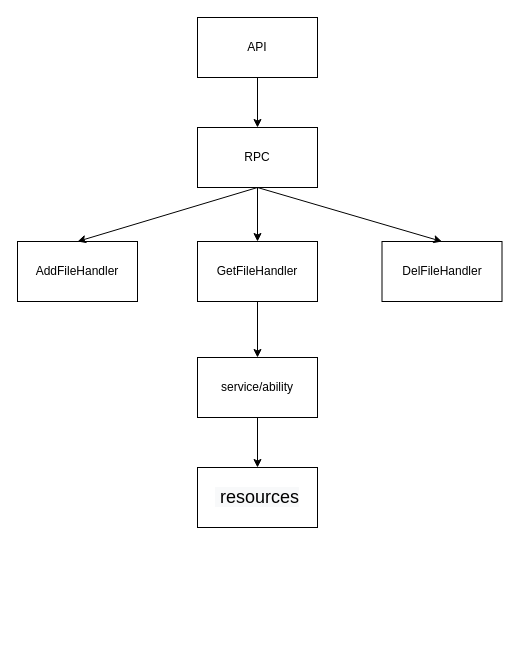
This is 文件管理.drawio from 1005281342/svg, a draw.io file, before an edit. Source tidied: cells renumbered, new cells numbered last; positions are measured from the earlier drawing's top-left corner, leaving out a move shared by most shapes. Both pictures are drawn from the tidied source at 100%, with x=0, y=0 at pixel (17, 17).
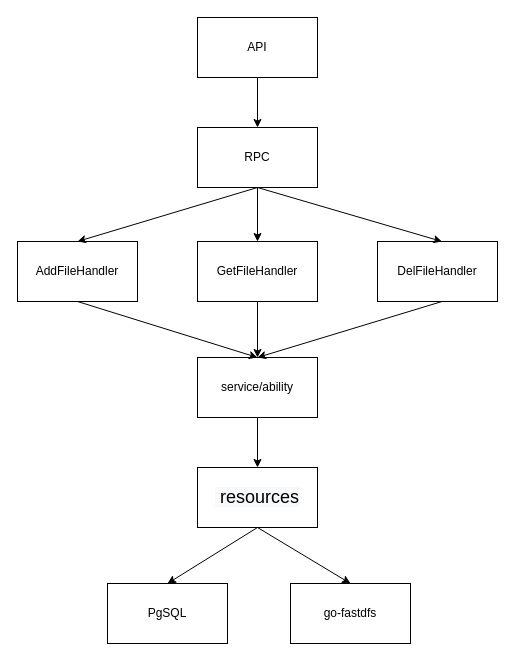
After the change.

The change refers to these unchanged cells:
```xml
<mxCell id="4" value="RPC" style="rounded=0;whiteSpace=wrap;html=1;" parent="1" vertex="1">
  <mxGeometry x="180" y="110" width="120" height="60" as="geometry" />
</mxCell>
<mxCell id="5" value="&lt;span style=&quot;color: rgb(0, 0, 0); font-family: helvetica; font-size: 18px; font-style: normal; font-weight: 400; letter-spacing: normal; text-align: center; text-indent: 0px; text-transform: none; word-spacing: 0px; background-color: rgb(248, 249, 250); display: inline; float: none;&quot;&gt;&amp;nbsp;resources&lt;/span&gt;" style="rounded=0;whiteSpace=wrap;html=1;" parent="1" vertex="1">
  <mxGeometry x="180" y="450" width="120" height="60" as="geometry" />
</mxCell>
<mxCell id="6" value="AddFileHandler" style="rounded=0;whiteSpace=wrap;html=1;" parent="1" vertex="1">
  <mxGeometry y="224" width="120" height="60" as="geometry" />
</mxCell>
<mxCell id="11" value="service/ability" style="rounded=0;whiteSpace=wrap;html=1;" parent="1" vertex="1">
  <mxGeometry x="180" y="340" width="120" height="60" as="geometry" />
</mxCell>
```

Diff of the diagram source:
```diff
@@
     <mxCell id="9" value="&lt;span&gt;DelFileHandler&lt;/span&gt;" style="rounded=0;whiteSpace=wrap;html=1;" parent="1" vertex="1">
-      <mxGeometry x="364.5" y="224" width="120" height="60" as="geometry" />
+      <mxGeometry x="360" y="224" width="120" height="60" as="geometry" />
     </mxCell>
@@
-    <mxCell id="14" style="endArrow=classic;html=1;rounded=0;entryX=0.5;entryY=0;entryDx=0;entryDy=0;exitX=0.5;exitY=1;exitDx=0;exitDy=0;" parent="1" edge="1" source="4" target="9">
-      <mxGeometry relative="1" as="geometry" />
+    <mxCell id="14" style="endArrow=classic;html=1;rounded=0;entryX=0.5;entryY=0;entryDx=0;entryDy=0;exitX=0.5;exitY=1;exitDx=0;exitDy=0;" parent="1" edge="1" source="4">
+      <mxGeometry relative="1" as="geometry">
+        <mxPoint x="424.5" y="224" as="targetPoint" />
+      </mxGeometry>
     </mxCell>
+    <mxCell id="15" style="endArrow=classic;html=1;rounded=0;entryX=0.5;entryY=0;entryDx=0;entryDy=0;exitX=0.5;exitY=1;exitDx=0;exitDy=0;" parent="1" edge="1" source="6" target="11">
+      <mxGeometry relative="1" as="geometry" />
+    </mxCell>
+    <mxCell id="16" style="endArrow=classic;html=1;rounded=0;entryX=0.5;entryY=0;entryDx=0;entryDy=0;exitX=0.5;exitY=1;exitDx=0;exitDy=0;" parent="1" edge="1" target="11">
+      <mxGeometry relative="1" as="geometry">
+        <mxPoint x="424.5" y="284" as="sourcePoint" />
+      </mxGeometry>
+    </mxCell>
+    <mxCell id="17" value="go-fastdfs" style="rounded=0;whiteSpace=wrap;html=1;" parent="1" vertex="1">
+      <mxGeometry x="273" y="566" width="120" height="60" as="geometry" />
+    </mxCell>
+    <mxCell id="18" value="PgSQL" style="rounded=0;whiteSpace=wrap;html=1;" parent="1" vertex="1">
+      <mxGeometry x="90" y="566" width="120" height="60" as="geometry" />
+    </mxCell>
+    <mxCell id="19" style="endArrow=classic;html=1;rounded=0;entryX=0.5;entryY=0;entryDx=0;entryDy=0;exitX=0.5;exitY=1;exitDx=0;exitDy=0;" parent="1" edge="1" source="5" target="18">
+      <mxGeometry relative="1" as="geometry" />
+    </mxCell>
+    <mxCell id="20" style="endArrow=classic;html=1;rounded=0;entryX=0.5;entryY=0;entryDx=0;entryDy=0;" parent="1" edge="1" target="17">
+      <mxGeometry relative="1" as="geometry">
+        <mxPoint x="240" y="510" as="sourcePoint" />
+      </mxGeometry>
+    </mxCell>
```
